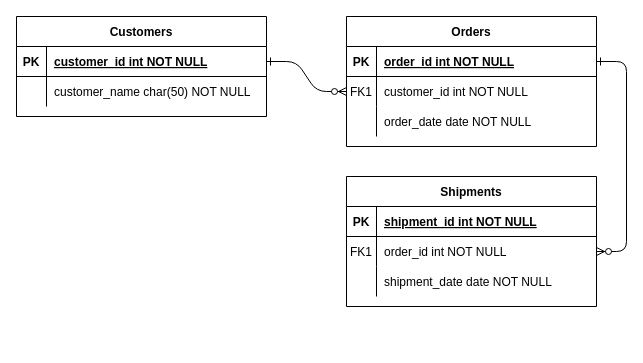
Above: Untitled Diagram.drawio in kailasprasannakumar/flowcharts (draw.io), before the change. Source tidied: cells renumbered, new cells numbered last; positions are measured from the earlier drawing's top-left corner, leaving out a move shared by most shapes. Both pictures are drawn from the tidied source at 100%, with x=0, y=0 at pixel (16, 16).
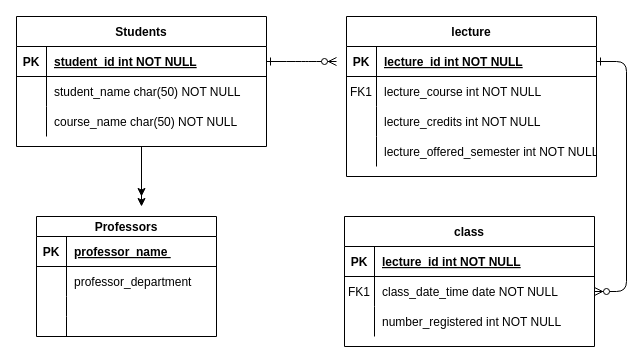
Above is the later version.

The change refers to these unchanged cells:
```xml
<mxCell id="5" style="shape=partialRectangle;fillColor=none;points=[[0,0.5],[1,0.5]];portConstraint=eastwest;top=0;left=0;right=0;bottom=1;" parent="4" vertex="1">
  <mxGeometry y="30" width="250" height="30" as="geometry" />
</mxCell>
<mxCell id="8" style="shape=partialRectangle;fillColor=none;points=[[0,0.5],[1,0.5]];portConstraint=eastwest;top=0;left=0;right=0;bottom=0;" parent="4" vertex="1">
  <mxGeometry y="60" width="250" height="30" as="geometry" />
</mxCell>
<mxCell id="11" style="shape=partialRectangle;fillColor=none;top=0;left=0;right=0;bottom=0;" parent="4" vertex="1">
  <mxGeometry y="90" width="250" height="30" as="geometry" />
</mxCell>
<mxCell id="15" style="shape=partialRectangle;fillColor=none;top=0;left=0;right=0;bottom=1;" parent="14" vertex="1">
  <mxGeometry y="30" width="250" height="30" as="geometry" />
</mxCell>
<mxCell id="18" style="shape=partialRectangle;fillColor=none;points=[[0,0.5],[1,0.5]];portConstraint=eastwest;top=0;left=0;right=0;bottom=0;" parent="14" vertex="1">
  <mxGeometry y="60" width="250" height="30" as="geometry" />
</mxCell>
<mxCell id="21" style="shape=partialRectangle;fillColor=none;top=0;left=0;right=0;bottom=0;" parent="14" vertex="1">
  <mxGeometry y="90" width="250" height="30" as="geometry" />
</mxCell>
<mxCell id="25" style="shape=partialRectangle;fillColor=none;points=[[0,0.5],[1,0.5]];portConstraint=eastwest;top=0;left=0;right=0;bottom=1;" parent="24" vertex="1">
  <mxGeometry y="30" width="250" height="30" as="geometry" />
</mxCell>
<mxCell id="28" style="shape=partialRectangle;fillColor=none;top=0;left=0;right=0;bottom=0;" parent="24" vertex="1">
  <mxGeometry y="60" width="250" height="30" as="geometry" />
</mxCell>
```

Change to the diagram source:
```diff
@@
-    <mxCell id="2" style="edgeStyle=entityRelationEdgeStyle;endArrow=ERzeroToMany;startArrow=ERone;endFill=1;startFill=0;" parent="1" edge="1" source="25" target="8">
-      <mxGeometry relative="1" as="geometry" />
+    <mxCell id="2" style="edgeStyle=entityRelationEdgeStyle;endArrow=ERzeroToMany;startArrow=ERone;endFill=1;startFill=0;" parent="1" edge="1" source="25">
+      <mxGeometry relative="1" as="geometry">
+        <mxPoint x="320" y="45" as="targetPoint" />
+      </mxGeometry>
     </mxCell>
@@
-    <mxCell id="4" value="Orders" style="shape=table;startSize=30;childLayout=tableLayout;rowLines=0;fontStyle=1;align=center;" parent="1" vertex="1">
-      <mxGeometry x="330" width="250" height="130" as="geometry" />
+    <mxCell id="4" value="lecture" style="shape=table;startSize=30;childLayout=tableLayout;rowLines=0;fontStyle=1;align=center;" parent="1" vertex="1">
+      <mxGeometry x="330" width="250" height="160" as="geometry" />
     </mxCell>
@@
-    <mxCell id="7" value="order_id int NOT NULL " style="shape=partialRectangle;overflow=hidden;fillColor=none;top=0;left=0;bottom=0;right=0;align=left;spacingLeft=6;fontStyle=5;" parent="5" vertex="1">
+    <mxCell id="7" value="lecture_id int NOT NULL " style="shape=partialRectangle;overflow=hidden;fillColor=none;top=0;left=0;bottom=0;right=0;align=left;spacingLeft=6;fontStyle=5;" parent="5" vertex="1">
       <mxGeometry x="30" width="220" height="30" as="geometry" />
     </mxCell>
@@
-    <mxCell id="10" value="customer_id int NOT NULL" style="shape=partialRectangle;overflow=hidden;fillColor=none;top=0;left=0;bottom=0;right=0;align=left;spacingLeft=6;" parent="8" vertex="1">
+    <mxCell id="10" value="lecture_course int NOT NULL" style="shape=partialRectangle;overflow=hidden;fillColor=none;top=0;left=0;bottom=0;right=0;align=left;spacingLeft=6;" parent="8" vertex="1">
       <mxGeometry x="30" width="220" height="30" as="geometry" />
     </mxCell>
@@
-    <mxCell id="13" value="order_date date NOT NULL" style="shape=partialRectangle;overflow=hidden;fillColor=none;top=0;left=0;bottom=0;right=0;align=left;spacingLeft=6;" parent="11" vertex="1">
+    <mxCell id="13" value="lecture_credits int NOT NULL" style="shape=partialRectangle;overflow=hidden;fillColor=none;top=0;left=0;bottom=0;right=0;align=left;spacingLeft=6;" parent="11" vertex="1">
       <mxGeometry x="30" width="220" height="30" as="geometry" />
     </mxCell>
+    <mxCell id="31" style="shape=partialRectangle;fillColor=none;top=0;left=0;right=0;bottom=0;" parent="4" vertex="1">
+      <mxGeometry y="120" width="250" height="30" as="geometry" />
+    </mxCell>
+    <mxCell id="32" style="shape=partialRectangle;overflow=hidden;fillColor=none;top=0;left=0;bottom=0;right=0;" parent="31" vertex="1">
+      <mxGeometry width="30" height="30" as="geometry" />
+    </mxCell>
+    <mxCell id="33" value="lecture_offered_semester int NOT NULL" style="shape=partialRectangle;overflow=hidden;fillColor=none;top=0;left=0;bottom=0;right=0;align=left;spacingLeft=6;" parent="31" vertex="1">
+      <mxGeometry x="30" width="220" height="30" as="geometry" />
+    </mxCell>
-    <mxCell id="14" value="Shipments" style="shape=table;startSize=30;childLayout=tableLayout;rowLines=0;fontStyle=1;align=center;" parent="1" vertex="1">
-      <mxGeometry x="330" y="160" width="250" height="130" as="geometry" />
+    <mxCell id="14" value="class" style="shape=table;startSize=30;childLayout=tableLayout;rowLines=0;fontStyle=1;align=center;" parent="1" vertex="1">
+      <mxGeometry x="328" y="200" width="250" height="130" as="geometry" />
     </mxCell>
@@
-    <mxCell id="17" value="shipment_id int NOT NULL " style="shape=partialRectangle;overflow=hidden;fillColor=none;top=0;left=0;bottom=0;right=0;align=left;spacingLeft=6;fontStyle=5;" parent="15" vertex="1">
+    <mxCell id="17" value="lecture_id int NOT NULL " style="shape=partialRectangle;overflow=hidden;fillColor=none;top=0;left=0;bottom=0;right=0;align=left;spacingLeft=6;fontStyle=5;" parent="15" vertex="1">
       <mxGeometry x="30" width="220" height="30" as="geometry" />
     </mxCell>
@@
-    <mxCell id="20" value="order_id int NOT NULL" style="shape=partialRectangle;overflow=hidden;fillColor=none;top=0;left=0;bottom=0;right=0;align=left;spacingLeft=6;" parent="18" vertex="1">
+    <mxCell id="20" value="class_date_time date NOT NULL" style="shape=partialRectangle;overflow=hidden;fillColor=none;top=0;left=0;bottom=0;right=0;align=left;spacingLeft=6;" parent="18" vertex="1">
       <mxGeometry x="30" width="220" height="30" as="geometry" />
     </mxCell>
@@
-    <mxCell id="23" value="shipment_date date NOT NULL" style="shape=partialRectangle;overflow=hidden;fillColor=none;top=0;left=0;bottom=0;right=0;align=left;spacingLeft=6;" parent="21" vertex="1">
+    <mxCell id="23" value="number_registered int NOT NULL" style="shape=partialRectangle;overflow=hidden;fillColor=none;top=0;left=0;bottom=0;right=0;align=left;spacingLeft=6;" parent="21" vertex="1">
       <mxGeometry x="30" width="220" height="30" as="geometry" />
     </mxCell>
+    <mxCell id="34" style="edgeStyle=orthogonalEdgeStyle;rounded=0;jettySize=auto;html=1;" parent="1" edge="1" source="24">
+      <mxGeometry relative="1" as="geometry">
+        <mxPoint x="125" y="180" as="targetPoint" />
+      </mxGeometry>
+    </mxCell>
+    <mxCell id="35" style="edgeStyle=orthogonalEdgeStyle;rounded=0;jettySize=auto;html=1;" parent="1" edge="1" source="24">
+      <mxGeometry relative="1" as="geometry">
+        <mxPoint x="125" y="190" as="targetPoint" />
+      </mxGeometry>
+    </mxCell>
-    <mxCell id="24" value="Customers" style="shape=table;startSize=30;childLayout=tableLayout;rowLines=0;fontStyle=1;align=center;" parent="1" vertex="1">
-      <mxGeometry width="250" height="100" as="geometry" />
+    <mxCell id="24" value="Students" style="shape=table;startSize=30;childLayout=tableLayout;rowLines=0;fontStyle=1;align=center;" parent="1" vertex="1">
+      <mxGeometry width="250" height="130" as="geometry" />
     </mxCell>
@@
-    <mxCell id="27" value="customer_id int NOT NULL " style="shape=partialRectangle;overflow=hidden;fillColor=none;top=0;left=0;bottom=0;right=0;align=left;spacingLeft=6;fontStyle=5;" parent="25" vertex="1">
+    <mxCell id="27" value="student_id int NOT NULL " style="shape=partialRectangle;overflow=hidden;fillColor=none;top=0;left=0;bottom=0;right=0;align=left;spacingLeft=6;fontStyle=5;" parent="25" vertex="1">
       <mxGeometry x="30" width="220" height="30" as="geometry" />
     </mxCell>
@@
-    <mxCell id="30" value="customer_name char(50) NOT NULL" style="shape=partialRectangle;overflow=hidden;fillColor=none;top=0;left=0;bottom=0;right=0;align=left;spacingLeft=6;" parent="28" vertex="1">
+    <mxCell id="30" value="student_name char(50) NOT NULL" style="shape=partialRectangle;overflow=hidden;fillColor=none;top=0;left=0;bottom=0;right=0;align=left;spacingLeft=6;" parent="28" vertex="1">
       <mxGeometry x="30" width="220" height="30" as="geometry" />
     </mxCell>
+    <mxCell id="36" style="shape=partialRectangle;fillColor=none;top=0;left=0;right=0;bottom=0;" parent="24" vertex="1">
+      <mxGeometry y="90" width="250" height="30" as="geometry" />
+    </mxCell>
+    <mxCell id="37" style="shape=partialRectangle;overflow=hidden;fillColor=none;top=0;left=0;bottom=0;right=0;" parent="36" vertex="1">
+      <mxGeometry width="30" height="30" as="geometry" />
+    </mxCell>
+    <mxCell id="38" value="course_name char(50) NOT NULL" style="shape=partialRectangle;overflow=hidden;fillColor=none;top=0;left=0;bottom=0;right=0;align=left;spacingLeft=6;" parent="36" vertex="1">
+      <mxGeometry x="30" width="220" height="30" as="geometry" />
+    </mxCell>
+    <mxCell id="39" value="Professors" style="shape=table;startSize=20;childLayout=tableLayout;rowLines=0;fontStyle=1;align=center;" parent="1" vertex="1">
+      <mxGeometry x="20" y="200" width="180" height="120" as="geometry" />
+    </mxCell>
+    <mxCell id="40" style="shape=tableRow;horizontal=0;startSize=0;swimlaneHead=0;swimlaneBody=0;fillColor=none;top=0;left=0;right=0;bottom=1;" parent="39" vertex="1">
+      <mxGeometry y="20" width="180" height="30" as="geometry" />
+    </mxCell>
+    <mxCell id="41" value="PK" style="shape=partialRectangle;fillColor=none;top=0;left=0;bottom=0;right=0;fontStyle=1;overflow=hidden;" parent="40" vertex="1">
+      <mxGeometry width="30" height="30" as="geometry" />
+    </mxCell>
+    <mxCell id="42" value="professor_name " style="shape=partialRectangle;fillColor=none;top=0;left=0;bottom=0;right=0;align=left;spacingLeft=6;fontStyle=5;overflow=hidden;" parent="40" vertex="1">
+      <mxGeometry x="30" width="150" height="30" as="geometry" />
+    </mxCell>
+    <mxCell id="43" style="shape=tableRow;horizontal=0;startSize=0;swimlaneHead=0;swimlaneBody=0;fillColor=none;top=0;left=0;right=0;bottom=0;" parent="39" vertex="1">
+      <mxGeometry y="50" width="180" height="30" as="geometry" />
+    </mxCell>
+    <mxCell id="44" style="shape=partialRectangle;fillColor=none;top=0;left=0;bottom=0;right=0;overflow=hidden;" parent="43" vertex="1">
+      <mxGeometry width="30" height="30" as="geometry" />
+    </mxCell>
+    <mxCell id="45" value="professor_department" style="shape=partialRectangle;fillColor=none;top=0;left=0;bottom=0;right=0;align=left;spacingLeft=6;overflow=hidden;" parent="43" vertex="1">
+      <mxGeometry x="30" width="150" height="30" as="geometry" />
+    </mxCell>
+    <mxCell id="46" style="shape=tableRow;horizontal=0;startSize=0;swimlaneHead=0;swimlaneBody=0;fillColor=none;top=0;left=0;right=0;bottom=0;" parent="39" vertex="1">
+      <mxGeometry y="80" width="180" height="20" as="geometry" />
+    </mxCell>
+    <mxCell id="47" style="shape=partialRectangle;fillColor=none;top=0;left=0;bottom=0;right=0;overflow=hidden;" parent="46" vertex="1">
+      <mxGeometry width="30" height="20" as="geometry" />
+    </mxCell>
+    <mxCell id="48" style="shape=partialRectangle;fillColor=none;top=0;left=0;bottom=0;right=0;align=left;spacingLeft=6;overflow=hidden;" parent="46" vertex="1">
+      <mxGeometry x="30" width="150" height="20" as="geometry" />
+    </mxCell>
+    <mxCell id="49" style="shape=tableRow;horizontal=0;startSize=0;swimlaneHead=0;swimlaneBody=0;fillColor=none;top=0;left=0;right=0;bottom=0;" parent="39" vertex="1">
+      <mxGeometry y="100" width="180" height="20" as="geometry" />
+    </mxCell>
+    <mxCell id="50" style="shape=partialRectangle;fillColor=none;top=0;left=0;bottom=0;right=0;overflow=hidden;" parent="49" vertex="1">
+      <mxGeometry width="30" height="20" as="geometry" />
+    </mxCell>
+    <mxCell id="51" style="shape=partialRectangle;fillColor=none;top=0;left=0;bottom=0;right=0;align=left;spacingLeft=6;overflow=hidden;" parent="49" vertex="1">
+      <mxGeometry x="30" width="150" height="20" as="geometry" />
+    </mxCell>
```
